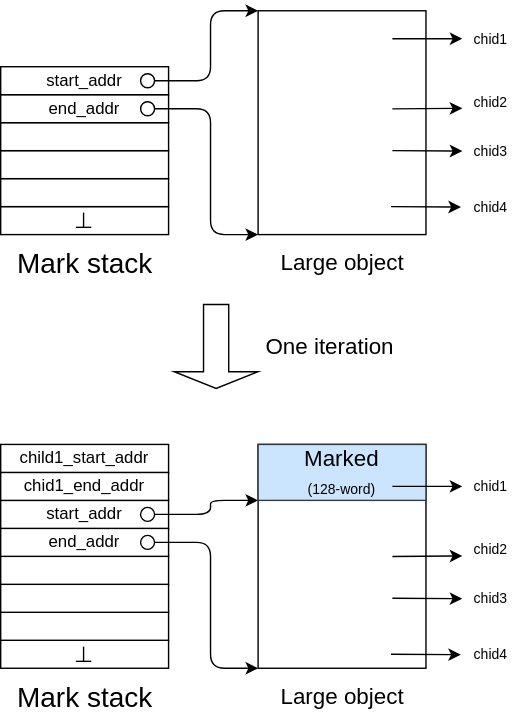
This is docs/content/gc4/img/bdw-mark.dio.svg from sinotca529/glab-seminar, a draw.io export, as it was before one commit. Source tidied: cells renumbered, new cells last; positions are measured from the earlier drawing's top-left corner, leaving out a move shared by most shapes.
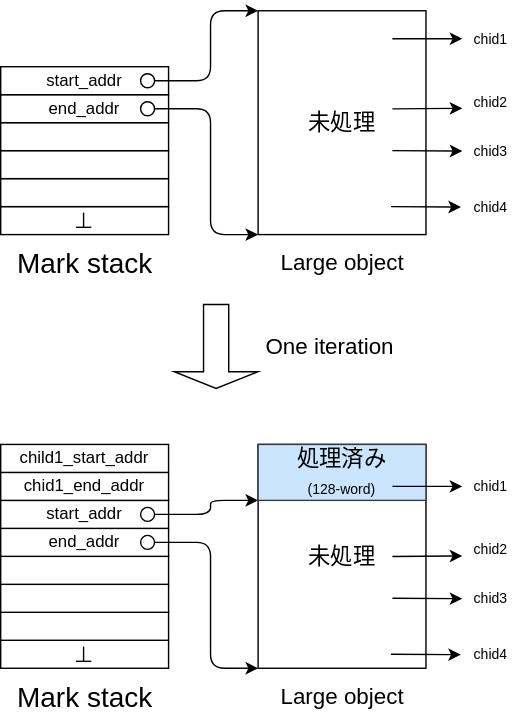
Above is the later version.

Diff of the diagram source:
```diff
@@ -23,7 +23,7 @@
     <mxCell id="8" value="&lt;font style=&quot;font-size: 20px&quot;&gt;Mark stack&lt;/font&gt;" style="text;html=1;align=center;verticalAlign=middle;strokeColor=none;fillColor=none;" parent="1" vertex="1">
       <mxGeometry x="5" y="170" width="110" height="20" as="geometry" />
     </mxCell>
-    <mxCell id="9" style="rounded=0;whiteSpace=wrap;html=1;fontSize=16;" parent="1" vertex="1">
+    <mxCell id="9" value="未処理" style="rounded=0;whiteSpace=wrap;html=1;fontSize=16;" parent="1" vertex="1">
       <mxGeometry x="184" width="120" height="160" as="geometry" />
     </mxCell>
     <mxCell id="10" style="edgeStyle=none;html=1;exitX=1;exitY=0.5;exitDx=0;exitDy=0;entryX=0;entryY=0;entryDx=0;entryDy=0;fontSize=16;" parent="1" edge="1" source="11" target="9">
@@ -75,7 +75,7 @@
     <mxCell id="22" value="&lt;font style=&quot;font-size: 20px&quot;&gt;Mark stack&lt;/font&gt;" style="text;html=1;align=center;verticalAlign=middle;strokeColor=none;fillColor=none;" parent="1" vertex="1">
       <mxGeometry x="5" y="480" width="110" height="20" as="geometry" />
     </mxCell>
-    <mxCell id="23" style="rounded=0;whiteSpace=wrap;html=1;fontSize=16;" parent="1" vertex="1">
+    <mxCell id="23" value="未処理" style="rounded=0;whiteSpace=wrap;html=1;fontSize=16;" parent="1" vertex="1">
       <mxGeometry x="184" y="310" width="120" height="160" as="geometry" />
     </mxCell>
     <mxCell id="24" style="edgeStyle=none;html=1;exitX=1;exitY=0.5;exitDx=0;exitDy=0;entryX=0;entryY=0.25;entryDx=0;entryDy=0;fontSize=16;" parent="1" edge="1" source="25" target="23">
@@ -106,7 +106,7 @@
     <mxCell id="29" style="shape=singleArrow;direction=south;whiteSpace=wrap;html=1;fontSize=16;" parent="1" vertex="1">
       <mxGeometry x="124" y="210" width="60" height="60" as="geometry" />
     </mxCell>
-    <mxCell id="30" value="Marked&lt;br&gt;&lt;font style=&quot;font-size: 10px&quot;&gt;(128-word)&lt;/font&gt;" style="rounded=0;whiteSpace=wrap;html=1;fontSize=16;fillColor=#cce5ff;strokeColor=#36393d;" parent="1" vertex="1">
+    <mxCell id="30" value="処理済み&lt;br&gt;&lt;font style=&quot;font-size: 10px&quot;&gt;(128-word)&lt;/font&gt;" style="rounded=0;whiteSpace=wrap;html=1;fontSize=16;fillColor=#cce5ff;strokeColor=#36393d;" parent="1" vertex="1">
       <mxGeometry x="184" y="310" width="120" height="40" as="geometry" />
     </mxCell>
     <mxCell id="31" value="chid1_end_addr" style="rounded=0;whiteSpace=wrap;html=1;" parent="1" vertex="1">
```
